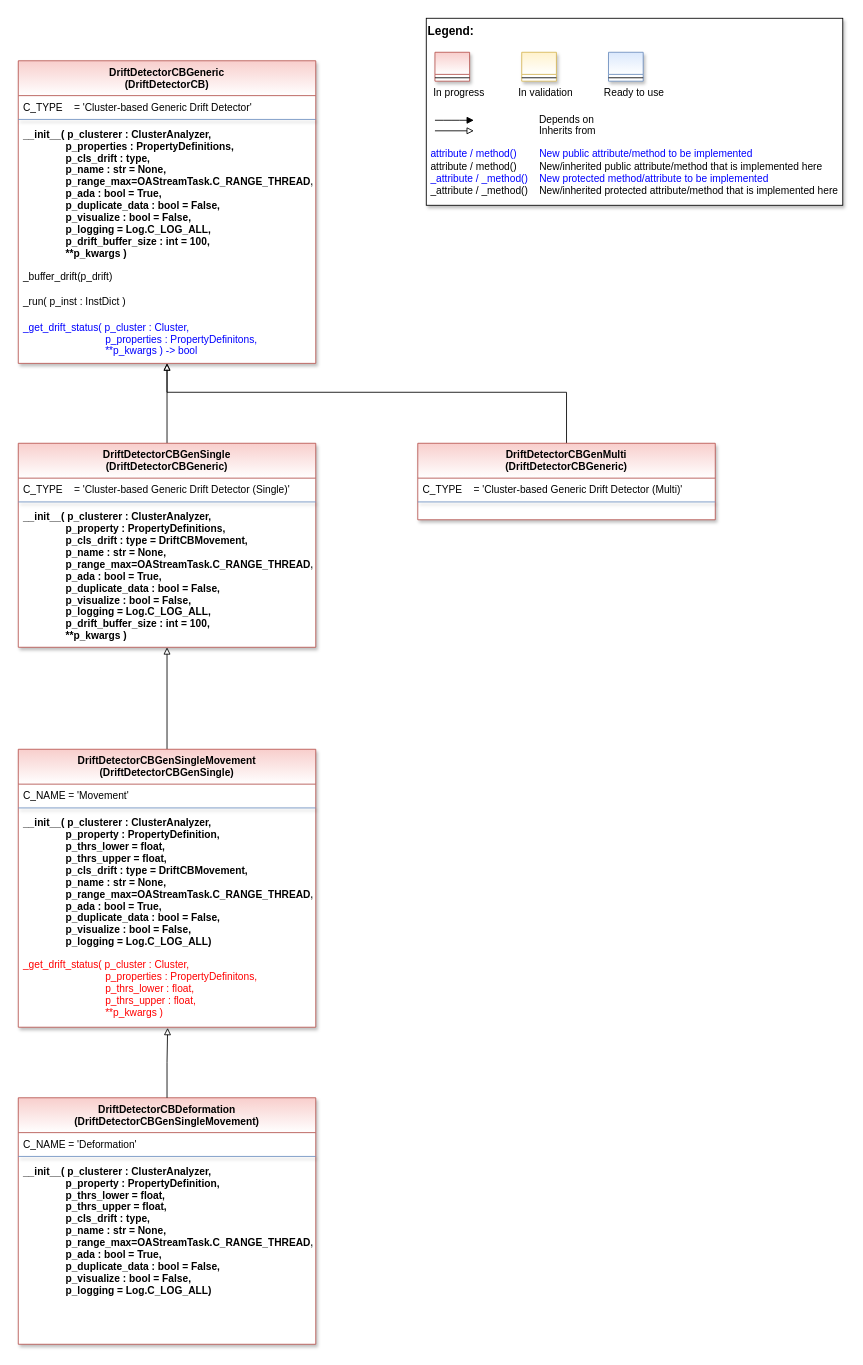
This is doc/rtd/content/99_appendices/appendix2/sub/mlpro_oa/streams/40_drift_detection/20_cluster_based/generic/images/MLPro-OA-CB-Gen-Drift-Detectors_class_diagram.drawio from fhswf/MLPro, a draw.io file, before an edit. Source tidied: cells renumbered, new cells numbered last; positions are measured from the earlier drawing's top-left corner, leaving out a move shared by most shapes. Both pictures are drawn from the tidied source at 85%, with x=0, y=0 at pixel (18, 18).
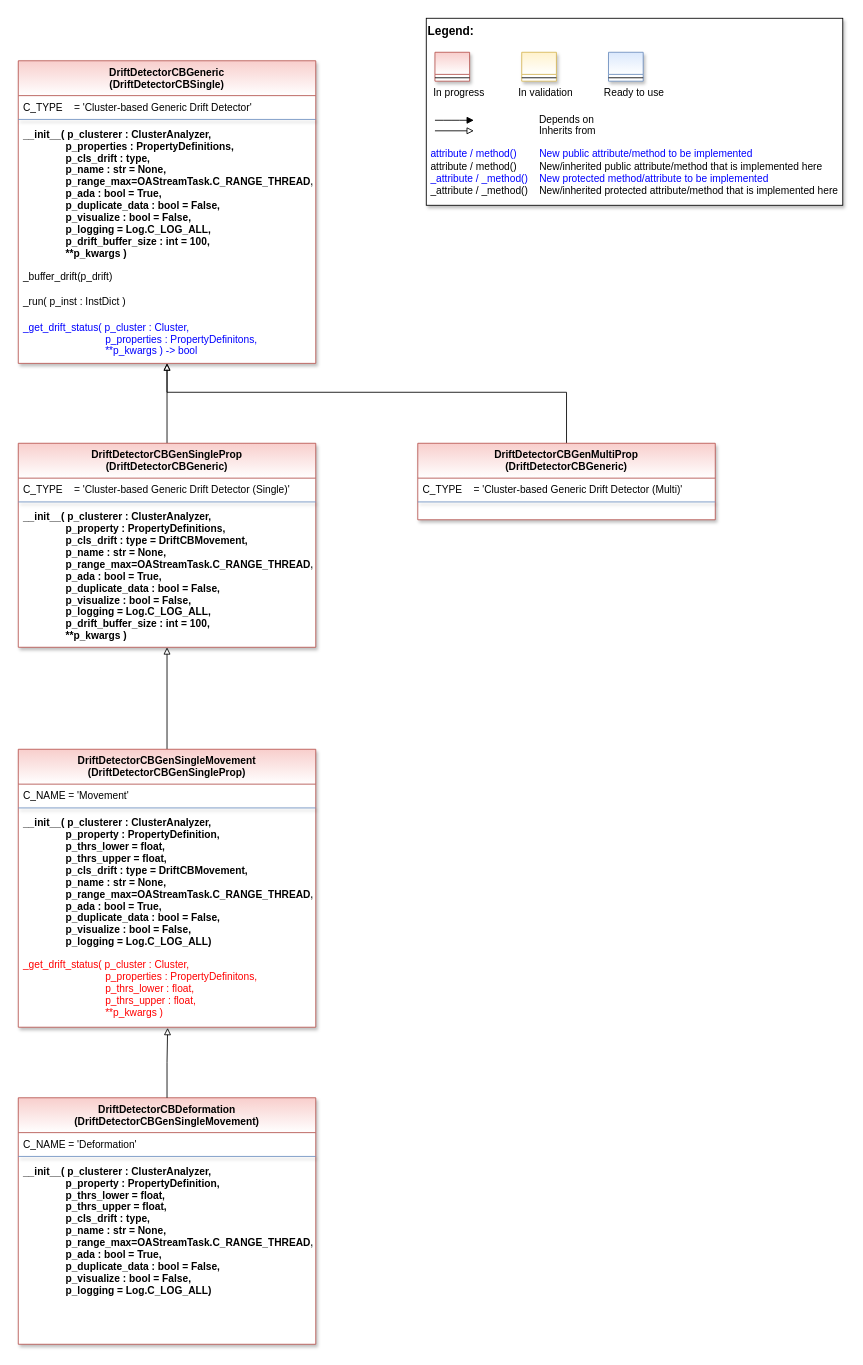
The same diagram, later.

Commit message (it also covers changes not shown here):
OA: New cluster-based drift detector 'Deformation' #1162

Diff of the diagram source:
```diff
@@
-    <mxCell id="12" value="DriftDetectorCBGeneric&#10;(DriftDetectorCB)" style="swimlane;align=center;verticalAlign=top;horizontal=1;startSize=41;rounded=0;shadow=1;strokeWidth=1;fillColor=#f8cecc;strokeColor=#b85450;swimlaneFillColor=#ffffff;gradientColor=#FFFFFF;" parent="1" vertex="1">
+    <mxCell id="12" value="DriftDetectorCBGeneric&#10;(DriftDetectorCBSingle)" style="swimlane;align=center;verticalAlign=top;horizontal=1;startSize=41;rounded=0;shadow=1;strokeWidth=1;fillColor=#f8cecc;strokeColor=#b85450;swimlaneFillColor=#ffffff;gradientColor=#FFFFFF;" parent="1" vertex="1">
       <mxGeometry y="50" width="350" height="356" as="geometry" />
     </mxCell>
@@
-    <mxCell id="20" value="DriftDetectorCBGenSingle&#10;(DriftDetectorCBGeneric)" style="swimlane;align=center;verticalAlign=top;horizontal=1;startSize=41;rounded=0;shadow=1;strokeWidth=1;fillColor=#f8cecc;strokeColor=#b85450;swimlaneFillColor=#ffffff;gradientColor=#FFFFFF;" parent="1" vertex="1">
+    <mxCell id="20" value="DriftDetectorCBGenSingleProp&#10;(DriftDetectorCBGeneric)" style="swimlane;align=center;verticalAlign=top;horizontal=1;startSize=41;rounded=0;shadow=1;strokeWidth=1;fillColor=#f8cecc;strokeColor=#b85450;swimlaneFillColor=#ffffff;gradientColor=#FFFFFF;" parent="1" vertex="1">
       <mxGeometry y="500" width="350" height="240" as="geometry" />
     </mxCell>
@@
-    <mxCell id="25" value="DriftDetectorCBGenMulti&#10;(DriftDetectorCBGeneric)" style="swimlane;align=center;verticalAlign=top;horizontal=1;startSize=41;rounded=0;shadow=1;strokeWidth=1;fillColor=#f8cecc;strokeColor=#b85450;swimlaneFillColor=#ffffff;gradientColor=#FFFFFF;" parent="1" vertex="1">
+    <mxCell id="25" value="DriftDetectorCBGenMultiProp&#10;(DriftDetectorCBGeneric)" style="swimlane;align=center;verticalAlign=top;horizontal=1;startSize=41;rounded=0;shadow=1;strokeWidth=1;fillColor=#f8cecc;strokeColor=#b85450;swimlaneFillColor=#ffffff;gradientColor=#FFFFFF;" parent="1" vertex="1">
       <mxGeometry x="470" y="500" width="350" height="90" as="geometry" />
     </mxCell>
@@
-    <mxCell id="29" value="DriftDetectorCBGenSingleMovement&#10;(DriftDetectorCBGenSingle)" style="swimlane;align=center;verticalAlign=top;horizontal=1;startSize=41;rounded=0;shadow=1;strokeWidth=1;fillColor=#f8cecc;strokeColor=#b85450;swimlaneFillColor=#ffffff;gradientColor=#FFFFFF;" parent="1" vertex="1">
+    <mxCell id="29" value="DriftDetectorCBGenSingleMovement&#10;(DriftDetectorCBGenSingleProp)" style="swimlane;align=center;verticalAlign=top;horizontal=1;startSize=41;rounded=0;shadow=1;strokeWidth=1;fillColor=#f8cecc;strokeColor=#b85450;swimlaneFillColor=#ffffff;gradientColor=#FFFFFF;" parent="1" vertex="1">
       <mxGeometry y="860" width="350" height="327" as="geometry" />
     </mxCell>
```
